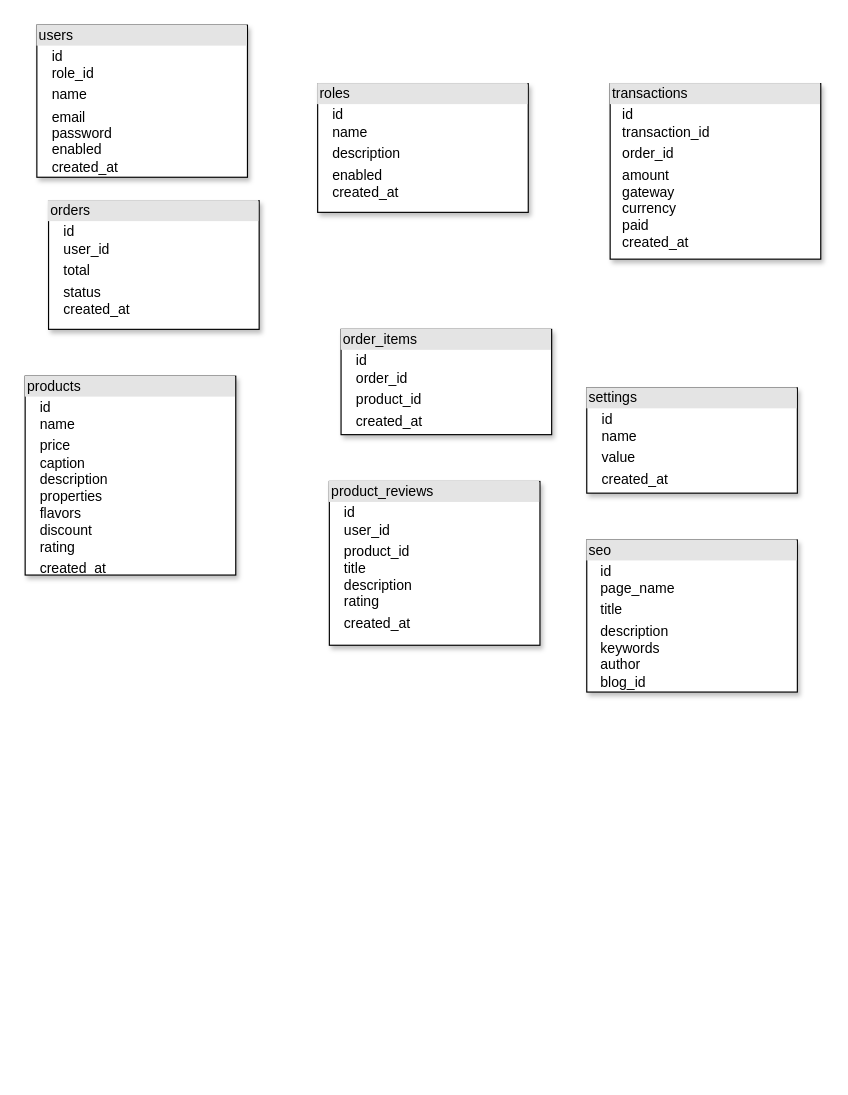
Earlier version of the draw.io diagram page "ERD" (4 of 4) of designs/ecommerce.drawio (JS-Hub-ZW/E-Commerce-ZW). Source tidied: cells renumbered, new cells numbered last; positions are measured from the earlier drawing's top-left corner, leaving out a move shared by most shapes. Both pictures are drawn from the tidied source at 117%, with x=0, y=0 at pixel (25, 25).
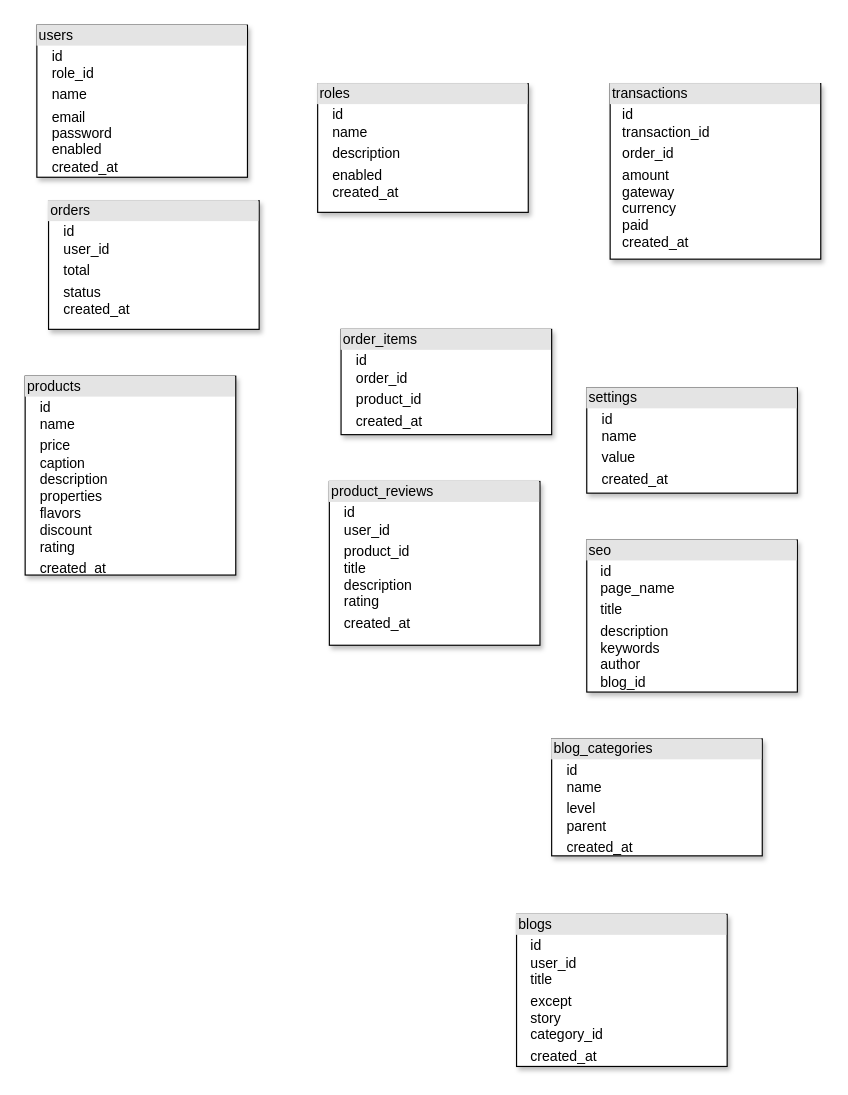
The same diagram, later.

Commit message:
Added blog and blog categories

The edit, as a diff of the source:
```diff
@@
 <mxGraphModel>
   <root>
     <mxCell id="0" />
     <mxCell id="1" parent="0" />
     <mxCell id="2" value="&lt;div style=&quot;box-sizing: border-box ; width: 100% ; background: #e4e4e4 ; padding: 2px&quot;&gt;users&lt;/div&gt;&lt;table style=&quot;width: 100% ; font-size: 1em&quot; cellpadding=&quot;2&quot; cellspacing=&quot;0&quot;&gt;&lt;tbody&gt;&lt;tr&gt;&lt;td&gt;&lt;/td&gt;&lt;td&gt;id&lt;br&gt;role_id&lt;/td&gt;&lt;/tr&gt;&lt;tr&gt;&lt;td&gt;&lt;br&gt;&lt;/td&gt;&lt;td&gt;name&lt;/td&gt;&lt;/tr&gt;&lt;tr&gt;&lt;td&gt;&lt;/td&gt;&lt;td&gt;email&lt;br&gt;password&lt;br&gt;enabled&lt;br&gt;created_at&lt;/td&gt;&lt;/tr&gt;&lt;/tbody&gt;&lt;/table&gt;" style="verticalAlign=top;align=left;overflow=fill;html=1;rounded=0;sketch=0;fontSize=12;shadow=1;" parent="1" vertex="1">
       <mxGeometry x="10" width="180" height="130" as="geometry" />
     </mxCell>
     <mxCell id="3" value="&lt;div style=&quot;box-sizing: border-box ; width: 100% ; background: #e4e4e4 ; padding: 2px&quot;&gt;transactions&lt;/div&gt;&lt;table style=&quot;width: 100% ; font-size: 1em&quot; cellpadding=&quot;2&quot; cellspacing=&quot;0&quot;&gt;&lt;tbody&gt;&lt;tr&gt;&lt;td&gt;&lt;/td&gt;&lt;td&gt;id&lt;br&gt;transaction_id&lt;/td&gt;&lt;/tr&gt;&lt;tr&gt;&lt;td&gt;&lt;br&gt;&lt;/td&gt;&lt;td&gt;order_id&lt;/td&gt;&lt;/tr&gt;&lt;tr&gt;&lt;td&gt;&lt;/td&gt;&lt;td&gt;amount&lt;br&gt;gateway&lt;br&gt;currency&lt;br&gt;paid&lt;br&gt;created_at&lt;/td&gt;&lt;/tr&gt;&lt;/tbody&gt;&lt;/table&gt;" style="verticalAlign=top;align=left;overflow=fill;html=1;rounded=0;sketch=0;fontSize=12;shadow=1;" parent="1" vertex="1">
       <mxGeometry x="500" y="50" width="180" height="150" as="geometry" />
     </mxCell>
     <mxCell id="4" value="&lt;div style=&quot;box-sizing: border-box ; width: 100% ; background: #e4e4e4 ; padding: 2px&quot;&gt;orders&lt;/div&gt;&lt;table style=&quot;width: 100% ; font-size: 1em&quot; cellpadding=&quot;2&quot; cellspacing=&quot;0&quot;&gt;&lt;tbody&gt;&lt;tr&gt;&lt;td&gt;&lt;/td&gt;&lt;td&gt;id&lt;br&gt;user_id&lt;/td&gt;&lt;/tr&gt;&lt;tr&gt;&lt;td&gt;&lt;br&gt;&lt;/td&gt;&lt;td&gt;total&lt;/td&gt;&lt;/tr&gt;&lt;tr&gt;&lt;td&gt;&lt;/td&gt;&lt;td&gt;status&lt;br&gt;created_at&lt;/td&gt;&lt;/tr&gt;&lt;/tbody&gt;&lt;/table&gt;" style="verticalAlign=top;align=left;overflow=fill;html=1;rounded=0;sketch=0;fontSize=12;shadow=1;" parent="1" vertex="1">
       <mxGeometry x="20" y="150" width="180" height="110" as="geometry" />
     </mxCell>
     <mxCell id="5" value="&lt;div style=&quot;box-sizing: border-box ; width: 100% ; background: #e4e4e4 ; padding: 2px&quot;&gt;order_items&lt;/div&gt;&lt;table style=&quot;width: 100% ; font-size: 1em&quot; cellpadding=&quot;2&quot; cellspacing=&quot;0&quot;&gt;&lt;tbody&gt;&lt;tr&gt;&lt;td&gt;&lt;/td&gt;&lt;td&gt;id&lt;br&gt;order_id&lt;/td&gt;&lt;/tr&gt;&lt;tr&gt;&lt;td&gt;&lt;br&gt;&lt;/td&gt;&lt;td&gt;product_id&lt;/td&gt;&lt;/tr&gt;&lt;tr&gt;&lt;td&gt;&lt;/td&gt;&lt;td&gt;created_at&lt;br&gt;&lt;/td&gt;&lt;/tr&gt;&lt;/tbody&gt;&lt;/table&gt;" style="verticalAlign=top;align=left;overflow=fill;html=1;rounded=0;sketch=0;fontSize=12;shadow=1;" parent="1" vertex="1">
       <mxGeometry x="270" y="260" width="180" height="90" as="geometry" />
     </mxCell>
     <mxCell id="6" value="&lt;div style=&quot;box-sizing: border-box ; width: 100% ; background: #e4e4e4 ; padding: 2px&quot;&gt;products&lt;/div&gt;&lt;table style=&quot;width: 100% ; font-size: 1em&quot; cellpadding=&quot;2&quot; cellspacing=&quot;0&quot;&gt;&lt;tbody&gt;&lt;tr&gt;&lt;td&gt;&lt;/td&gt;&lt;td&gt;id&lt;br&gt;name&lt;/td&gt;&lt;/tr&gt;&lt;tr&gt;&lt;td&gt;&lt;br&gt;&lt;/td&gt;&lt;td&gt;price&lt;br&gt;caption&lt;br&gt;description&lt;br&gt;properties&lt;br&gt;flavors&lt;br&gt;discount&lt;br&gt;rating&lt;/td&gt;&lt;/tr&gt;&lt;tr&gt;&lt;td&gt;&lt;/td&gt;&lt;td&gt;created_at&lt;br&gt;&lt;/td&gt;&lt;/tr&gt;&lt;/tbody&gt;&lt;/table&gt;" style="verticalAlign=top;align=left;overflow=fill;html=1;rounded=0;sketch=0;fontSize=12;shadow=1;" parent="1" vertex="1">
       <mxGeometry y="300" width="180" height="170" as="geometry" />
     </mxCell>
     <mxCell id="7" value="&lt;div style=&quot;box-sizing: border-box ; width: 100% ; background: #e4e4e4 ; padding: 2px&quot;&gt;product_reviews&lt;/div&gt;&lt;table style=&quot;width: 100% ; font-size: 1em&quot; cellpadding=&quot;2&quot; cellspacing=&quot;0&quot;&gt;&lt;tbody&gt;&lt;tr&gt;&lt;td&gt;&lt;/td&gt;&lt;td&gt;id&lt;br&gt;user_id&lt;/td&gt;&lt;/tr&gt;&lt;tr&gt;&lt;td&gt;&lt;br&gt;&lt;/td&gt;&lt;td&gt;product_id&lt;br&gt;title&lt;br&gt;description&lt;br&gt;rating&lt;br&gt;&lt;/td&gt;&lt;/tr&gt;&lt;tr&gt;&lt;td&gt;&lt;/td&gt;&lt;td&gt;created_at&lt;br&gt;&lt;/td&gt;&lt;/tr&gt;&lt;/tbody&gt;&lt;/table&gt;" style="verticalAlign=top;align=left;overflow=fill;html=1;rounded=0;sketch=0;fontSize=12;shadow=1;" parent="1" vertex="1">
       <mxGeometry x="260" y="390" width="180" height="140" as="geometry" />
     </mxCell>
     <mxCell id="8" value="&lt;div style=&quot;box-sizing: border-box ; width: 100% ; background: #e4e4e4 ; padding: 2px&quot;&gt;settings&lt;/div&gt;&lt;table style=&quot;width: 100% ; font-size: 1em&quot; cellpadding=&quot;2&quot; cellspacing=&quot;0&quot;&gt;&lt;tbody&gt;&lt;tr&gt;&lt;td&gt;&lt;/td&gt;&lt;td&gt;id&lt;br&gt;name&lt;/td&gt;&lt;/tr&gt;&lt;tr&gt;&lt;td&gt;&lt;br&gt;&lt;/td&gt;&lt;td&gt;value&lt;br&gt;&lt;/td&gt;&lt;/tr&gt;&lt;tr&gt;&lt;td&gt;&lt;/td&gt;&lt;td&gt;created_at&lt;br&gt;&lt;/td&gt;&lt;/tr&gt;&lt;/tbody&gt;&lt;/table&gt;" style="verticalAlign=top;align=left;overflow=fill;html=1;rounded=0;sketch=0;fontSize=12;shadow=1;" parent="1" vertex="1">
       <mxGeometry x="480" y="310" width="180" height="90" as="geometry" />
     </mxCell>
     <mxCell id="9" value="&lt;div style=&quot;box-sizing: border-box ; width: 100% ; background: #e4e4e4 ; padding: 2px&quot;&gt;seo&lt;/div&gt;&lt;table style=&quot;width: 100% ; font-size: 1em&quot; cellpadding=&quot;2&quot; cellspacing=&quot;0&quot;&gt;&lt;tbody&gt;&lt;tr&gt;&lt;td&gt;&lt;/td&gt;&lt;td&gt;id&lt;br&gt;page_name&lt;/td&gt;&lt;/tr&gt;&lt;tr&gt;&lt;td&gt;&lt;br&gt;&lt;/td&gt;&lt;td&gt;title&lt;/td&gt;&lt;/tr&gt;&lt;tr&gt;&lt;td&gt;&lt;/td&gt;&lt;td&gt;description&lt;br&gt;keywords&lt;br&gt;author&lt;br&gt;blog_id&lt;/td&gt;&lt;/tr&gt;&lt;/tbody&gt;&lt;/table&gt;" style="verticalAlign=top;align=left;overflow=fill;html=1;rounded=0;sketch=0;fontSize=12;shadow=1;" parent="1" vertex="1">
       <mxGeometry x="480" y="440" width="180" height="130" as="geometry" />
     </mxCell>
     <mxCell id="10" value="&lt;div style=&quot;box-sizing: border-box ; width: 100% ; background: #e4e4e4 ; padding: 2px&quot;&gt;roles&lt;/div&gt;&lt;table style=&quot;width: 100% ; font-size: 1em&quot; cellpadding=&quot;2&quot; cellspacing=&quot;0&quot;&gt;&lt;tbody&gt;&lt;tr&gt;&lt;td&gt;&lt;/td&gt;&lt;td&gt;id&lt;br&gt;name&lt;/td&gt;&lt;/tr&gt;&lt;tr&gt;&lt;td&gt;&lt;br&gt;&lt;/td&gt;&lt;td&gt;description&lt;/td&gt;&lt;/tr&gt;&lt;tr&gt;&lt;td&gt;&lt;/td&gt;&lt;td&gt;enabled&lt;br&gt;created_at&lt;/td&gt;&lt;/tr&gt;&lt;/tbody&gt;&lt;/table&gt;" style="verticalAlign=top;align=left;overflow=fill;html=1;rounded=0;sketch=0;fontSize=12;shadow=1;" parent="1" vertex="1">
       <mxGeometry x="250" y="50" width="180" height="110" as="geometry" />
     </mxCell>
+    <mxCell id="11" value="&lt;div style=&quot;box-sizing: border-box ; width: 100% ; background: #e4e4e4 ; padding: 2px&quot;&gt;blog_categories&lt;/div&gt;&lt;table style=&quot;width: 100% ; font-size: 1em&quot; cellpadding=&quot;2&quot; cellspacing=&quot;0&quot;&gt;&lt;tbody&gt;&lt;tr&gt;&lt;td&gt;&lt;/td&gt;&lt;td&gt;id&lt;br&gt;name&lt;/td&gt;&lt;/tr&gt;&lt;tr&gt;&lt;td&gt;&lt;br&gt;&lt;/td&gt;&lt;td&gt;level&lt;br&gt;parent&lt;/td&gt;&lt;/tr&gt;&lt;tr&gt;&lt;td&gt;&lt;/td&gt;&lt;td&gt;created_at&lt;br&gt;&lt;/td&gt;&lt;/tr&gt;&lt;/tbody&gt;&lt;/table&gt;" style="verticalAlign=top;align=left;overflow=fill;html=1;rounded=0;sketch=0;fontSize=12;shadow=1;" parent="1" vertex="1">
+      <mxGeometry x="450" y="610" width="180" height="100" as="geometry" />
+    </mxCell>
+    <mxCell id="12" value="&lt;div style=&quot;box-sizing: border-box ; width: 100% ; background: #e4e4e4 ; padding: 2px&quot;&gt;blogs&lt;/div&gt;&lt;table style=&quot;width: 100% ; font-size: 1em&quot; cellpadding=&quot;2&quot; cellspacing=&quot;0&quot;&gt;&lt;tbody&gt;&lt;tr&gt;&lt;td&gt;&lt;/td&gt;&lt;td&gt;id&lt;br&gt;user_id&lt;br&gt;title&lt;/td&gt;&lt;/tr&gt;&lt;tr&gt;&lt;td&gt;&lt;br&gt;&lt;/td&gt;&lt;td&gt;except&lt;br&gt;story&lt;br&gt;category_id&lt;/td&gt;&lt;/tr&gt;&lt;tr&gt;&lt;td&gt;&lt;/td&gt;&lt;td&gt;created_at&lt;br&gt;&lt;/td&gt;&lt;/tr&gt;&lt;/tbody&gt;&lt;/table&gt;" style="verticalAlign=top;align=left;overflow=fill;html=1;rounded=0;sketch=0;fontSize=12;shadow=1;" parent="1" vertex="1">
+      <mxGeometry x="420" y="760" width="180" height="130" as="geometry" />
+    </mxCell>
   </root>
 </mxGraphModel>
```
